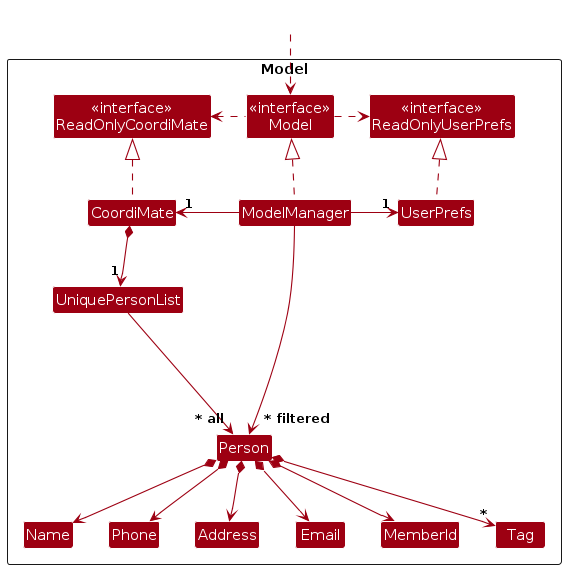
AY2627S1-CS2103T-W12-3/tp keeps this PlantUML diagram as diagrams/ModelClassDiagram.png. Above is the earlier version. Its source is kept beside it as diagrams/ModelClassDiagram.puml. Its diagram source:
```plantuml
@startuml
!include style.puml
skinparam arrowThickness 1.1
skinparam arrowColor MODEL_COLOR
skinparam classBackgroundColor MODEL_COLOR

Package Model as ModelPackage <<Rectangle>>{
Class "<<interface>>\nReadOnlyCoordiMate" as ReadOnlyCoordiMate
Class "<<interface>>\nReadOnlyUserPrefs" as ReadOnlyUserPrefs
Class "<<interface>>\nModel" as Model
Class CoordiMate
Class ModelManager
Class UserPrefs

Class UniquePersonList
Class Person
Class MemberId
Class Address
Class Email
Class Name
Class Phone
Class Tag

Class I #FFFFFF
}

Class HiddenOutside #FFFFFF
HiddenOutside ..> Model

CoordiMate .up.|> ReadOnlyCoordiMate

ModelManager .up.|> Model
Model .right.> ReadOnlyUserPrefs
Model .left.> ReadOnlyCoordiMate
ModelManager -left-> "1" CoordiMate
ModelManager -right-> "1" UserPrefs
UserPrefs .up.|> ReadOnlyUserPrefs

CoordiMate *--> "1" UniquePersonList
UniquePersonList --> "~* all" Person
Person *--> MemberId
Person *--> Name
Person *--> Phone
Person *--> Email
Person *--> Address
Person *--> "*" Tag

Person -[hidden]up--> I
UniquePersonList -[hidden]right-> I

Name -[hidden]right-> Phone
Phone -[hidden]right-> Address
Address -[hidden]right-> Email

ModelManager --> "~* filtered" Person
@enduml
```
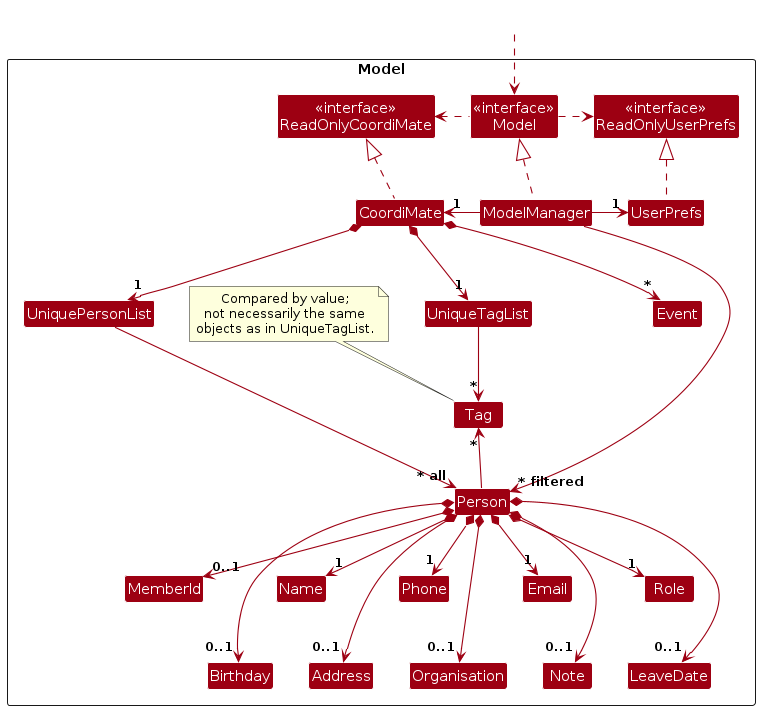
The same file after the commit.

What changed in the source:
```diff
@@ -13,13 +13,21 @@
 Class UserPrefs
 
 Class UniquePersonList
+Class UniqueTagList
+Class Event
 Class Person
 Class MemberId
-Class Address
-Class Email
 Class Name
 Class Phone
+Class Email
+Class Role
+Class Birthday
+Class Address
+Class Organisation
+Class Note
+Class LeaveDate
 Class Tag
+note "Compared by value;\nnot necessarily the same\nobjects as in UniqueTagList." as TagNote
 
 Class I #FFFFFF
 }
@@ -37,20 +45,41 @@
 UserPrefs .up.|> ReadOnlyUserPrefs
 
 CoordiMate *--> "1" UniquePersonList
+CoordiMate *--> "1" UniqueTagList
+CoordiMate *--> "~*" Event
 UniquePersonList --> "~* all" Person
-Person *--> MemberId
-Person *--> Name
-Person *--> Phone
-Person *--> Email
-Person *--> Address
-Person *--> "*" Tag
+UniqueTagList --> "~*" Tag
+Person -left-> "~*" Tag
+
+Person *--> "0..1" MemberId
+Person *--> "1" Name
+Person *--> "1" Phone
+Person *--> "1" Email
+Person *--> "1" Role
+Person *---> "0..1" Birthday
+Person *---> "0..1" Address
+Person *---> "0..1" Organisation
+Person *---> "0..1" Note
+Person *---> "0..1" LeaveDate
+
+TagNote .. Tag
 
 Person -[hidden]up--> I
 UniquePersonList -[hidden]right-> I
 
+MemberId -[hidden]right-> Name
 Name -[hidden]right-> Phone
-Phone -[hidden]right-> Address
-Address -[hidden]right-> Email
+Phone -[hidden]right-> Email
+Email -[hidden]right-> Role
+Birthday -[hidden]right-> Address
+Address -[hidden]right-> Organisation
+Organisation -[hidden]right-> Note
+Note -[hidden]right-> LeaveDate
+MemberId -[hidden]down- Birthday
+Name -[hidden]down- Address
+Phone -[hidden]down- Organisation
+Email -[hidden]down- Note
+Role -[hidden]down- LeaveDate
 
 ModelManager --> "~* filtered" Person
 @enduml
```
